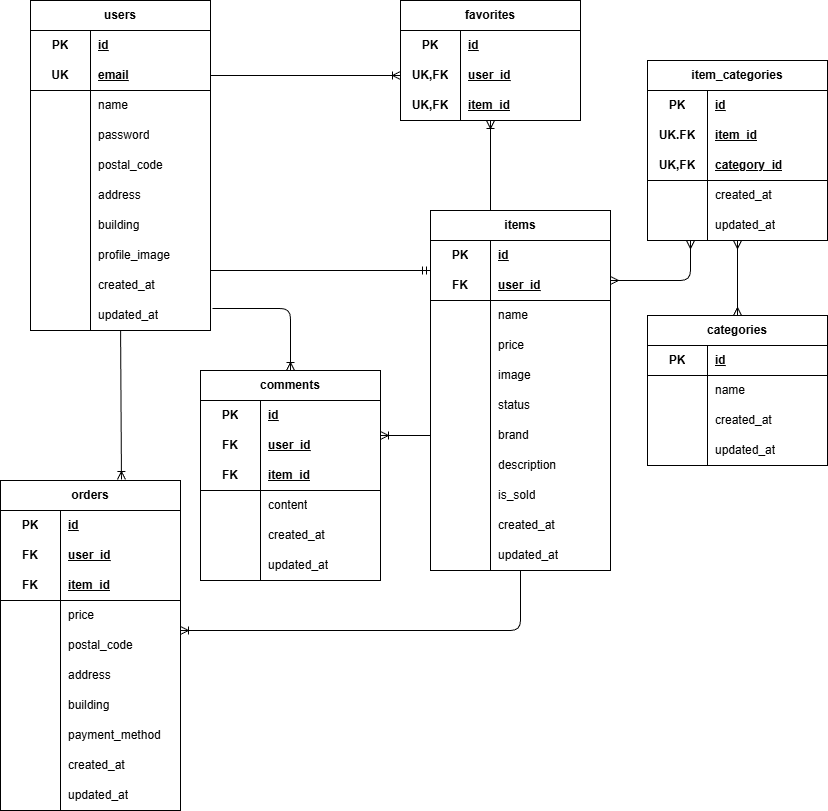
Above: furima.drawio.png in Tomona-I/mock-furima-app (draw.io), before the change. Source tidied: cells renumbered, new cells last; positions are measured from the earlier drawing's top-left corner, leaving out a move shared by most shapes.
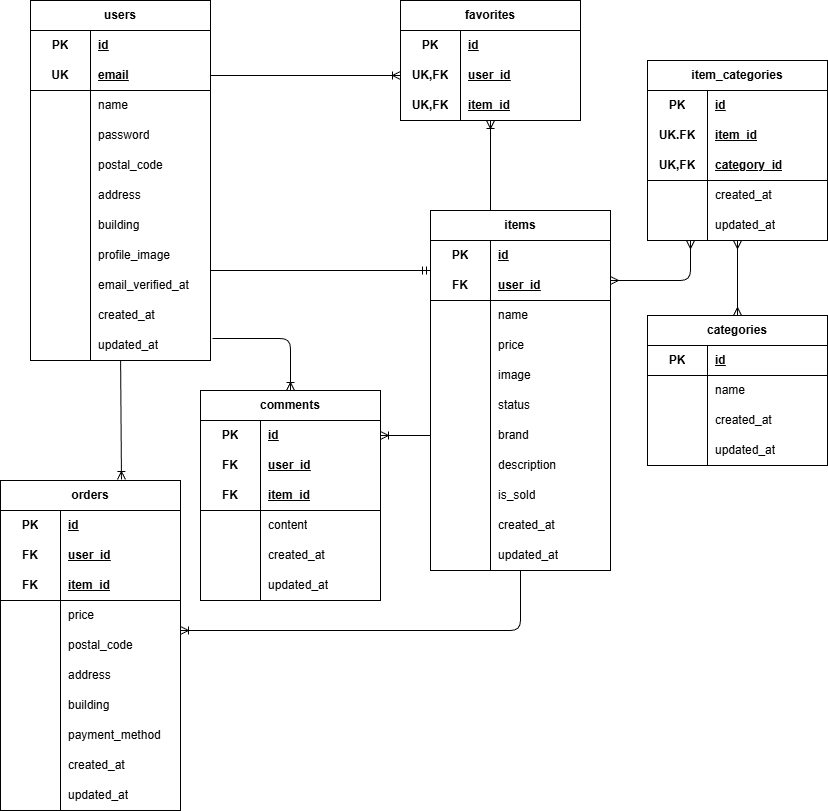
The same diagram one commit later.

The edit, as a diff of the source:
```diff
@@ -3,7 +3,7 @@
     <mxCell id="0" />
     <mxCell id="1" parent="0" />
     <mxCell id="2" value="users" style="shape=table;startSize=30;rowLines=0;fontStyle=1;align=center;html=1;whiteSpace=wrap;" parent="1" vertex="1">
-      <mxGeometry x="30" width="180" height="330" as="geometry" />
+      <mxGeometry x="30" width="180" height="360" as="geometry" />
     </mxCell>
     <mxCell id="3" style="shape=tableRow;horizontal=0;startSize=0;swimlaneHead=0;swimlaneBody=0;fillColor=none;top=0;left=0;right=0;bottom=0;html=1;" parent="2" vertex="1">
       <mxGeometry y="30" width="180" height="30" as="geometry" />
@@ -77,8 +77,17 @@
     <mxCell id="26" value="profile_image" style="shape=partialRectangle;fillColor=none;top=0;left=0;bottom=0;right=0;align=left;spacingLeft=6;overflow=hidden;html=1;whiteSpace=wrap;" parent="24" vertex="1">
       <mxGeometry x="60" width="120" height="30" as="geometry" />
     </mxCell>
+    <mxCell id="165" style="shape=tableRow;horizontal=0;startSize=0;swimlaneHead=0;swimlaneBody=0;fillColor=none;top=0;left=0;right=0;bottom=0;html=1;" parent="2" vertex="1">
+      <mxGeometry y="270" width="180" height="30" as="geometry" />
+    </mxCell>
+    <mxCell id="166" style="shape=partialRectangle;fillColor=none;top=0;left=0;bottom=0;right=0;overflow=hidden;html=1;whiteSpace=wrap;" parent="165" vertex="1">
+      <mxGeometry width="60" height="30" as="geometry" />
+    </mxCell>
+    <mxCell id="167" value="email_verified_at" style="shape=partialRectangle;fillColor=none;top=0;left=0;bottom=0;right=0;align=left;spacingLeft=6;overflow=hidden;html=1;whiteSpace=wrap;" parent="165" vertex="1">
+      <mxGeometry x="60" width="120" height="30" as="geometry" />
+    </mxCell>
     <mxCell id="27" style="shape=tableRow;horizontal=0;startSize=0;swimlaneHead=0;swimlaneBody=0;fillColor=none;top=0;left=0;right=0;bottom=0;html=1;" parent="2" vertex="1">
-      <mxGeometry y="270" width="180" height="30" as="geometry" />
+      <mxGeometry y="300" width="180" height="30" as="geometry" />
     </mxCell>
     <mxCell id="28" style="shape=partialRectangle;fillColor=none;top=0;left=0;bottom=0;right=0;overflow=hidden;html=1;whiteSpace=wrap;" parent="27" vertex="1">
       <mxGeometry width="60" height="30" as="geometry" />
@@ -87,7 +96,7 @@
       <mxGeometry x="60" width="120" height="30" as="geometry" />
     </mxCell>
     <mxCell id="30" style="shape=tableRow;horizontal=0;startSize=0;swimlaneHead=0;swimlaneBody=0;fillColor=none;points=[[0,0.5],[1,0.5]];portConstraint=eastwest;top=0;left=0;right=0;bottom=0;html=1;" parent="2" vertex="1">
-      <mxGeometry y="300" width="180" height="30" as="geometry" />
+      <mxGeometry y="330" width="180" height="30" as="geometry" />
     </mxCell>
     <mxCell id="31" style="shape=partialRectangle;fillColor=none;top=0;left=0;bottom=0;right=0;overflow=hidden;html=1;whiteSpace=wrap;" parent="30" vertex="1">
       <mxGeometry width="60" height="30" as="geometry" />
@@ -378,7 +387,7 @@
       <mxGeometry x="60" width="120" height="30" as="geometry" />
     </mxCell>
     <mxCell id="127" value="comments" style="shape=table;startSize=30;rowLines=0;fontStyle=1;align=center;html=1;whiteSpace=wrap;" parent="1" vertex="1">
-      <mxGeometry x="200" y="370" width="180" height="210" as="geometry" />
+      <mxGeometry x="200" y="390" width="180" height="210" as="geometry" />
     </mxCell>
     <mxCell id="128" style="shape=tableRow;horizontal=0;startSize=0;swimlaneHead=0;swimlaneBody=0;fillColor=none;points=[[0,0.5],[1,0.5]];portConstraint=eastwest;top=0;left=0;right=0;bottom=0;html=1;" parent="127" vertex="1">
       <mxGeometry y="30" width="180" height="30" as="geometry" />
@@ -506,7 +515,7 @@
         <mxPoint x="430" y="270" as="targetPoint" />
       </mxGeometry>
     </mxCell>
-    <mxCell id="164" style="edgeStyle=entityRelationEdgeStyle;fontSize=12;html=1;endArrow=ERoneToMany;exitX=0;exitY=0.5;exitDx=0;exitDy=0;entryX=1;entryY=0.167;entryDx=0;entryDy=0;entryPerimeter=0;" parent="1" edge="1" source="52" target="131">
+    <mxCell id="164" style="edgeStyle=entityRelationEdgeStyle;fontSize=12;html=1;endArrow=ERoneToMany;exitX=0;exitY=0.5;exitDx=0;exitDy=0;entryX=1;entryY=0.5;entryDx=0;entryDy=0;" parent="1" edge="1" source="52" target="128">
       <mxGeometry relative="1" as="geometry" />
     </mxCell>
   </root>
```
